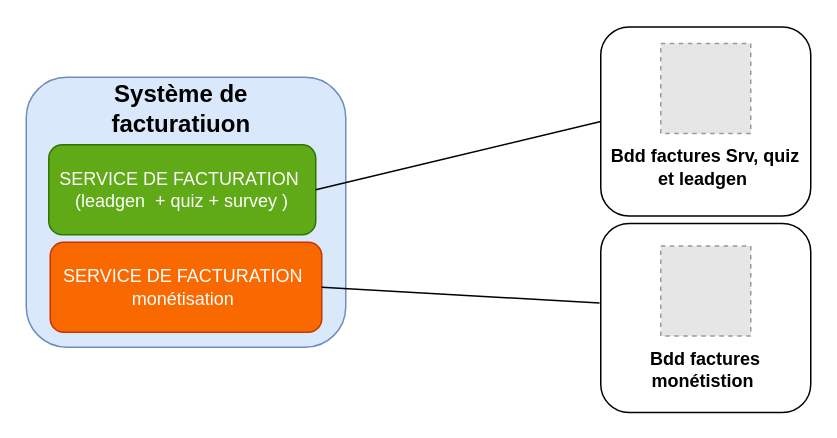
Earlier version of the draw.io diagram cap fichier xml/schema technique systeme facturation.drawio (messaoudibrahim/Memoire). Source tidied: cells renumbered, new cells numbered last; positions are measured from the earlier drawing's top-left corner, leaving out a move shared by most shapes. Both pictures are drawn from the tidied source at 150%, with x=0, y=0 at pixel (26, 26). Pictures stored in the file or linked from it are replaced by grey dashed boxes.
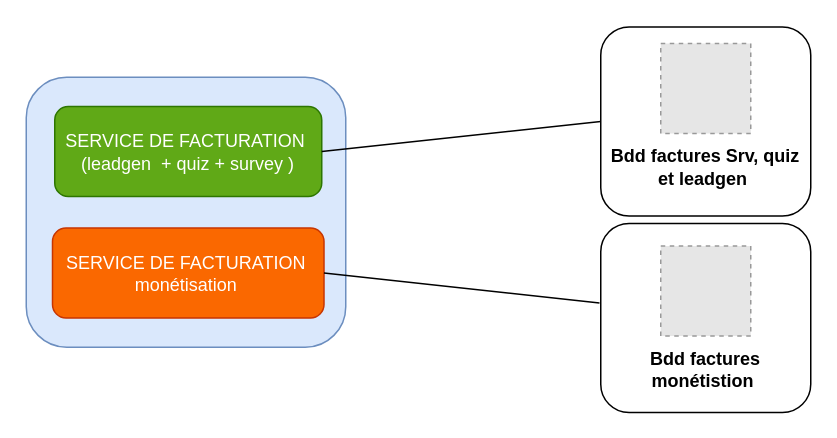
The same page after the edit.

What changed in the source:
```diff
@@
 <mxGraphModel>
   <root>
     <mxCell id="0" />
     <mxCell id="1" parent="0" />
     <mxCell id="2" style="rounded=1;whiteSpace=wrap;html=1;" parent="1" vertex="1">
       <mxGeometry x="383" y="0.5" width="140" height="126" as="geometry" />
     </mxCell>
     <mxCell id="3" style="group;" parent="1" vertex="1">
       <mxGeometry y="34" width="213" height="180" as="geometry" />
     </mxCell>
     <mxCell id="4" style="rounded=1;whiteSpace=wrap;html=1;fillColor=#dae8fc;strokeColor=#6c8ebf;" parent="3" vertex="1">
       <mxGeometry width="213" height="180" as="geometry" />
     </mxCell>
-    <mxCell id="5" value="&lt;b&gt;&lt;font style=&quot;font-size: 16px&quot;&gt;Système de facturatiuon&lt;/font&gt;&lt;/b&gt;" style="text;html=1;strokeColor=none;fillColor=none;align=center;verticalAlign=middle;whiteSpace=wrap;rounded=0;" parent="3" vertex="1">
-      <mxGeometry x="30.4" y="6" width="147" height="30" as="geometry" />
-    </mxCell>
     <mxCell id="6" value="SERVICE DE FACTURATION&amp;nbsp;&lt;br&gt;(leadgen&amp;nbsp; + quiz + survey )" style="rounded=1;whiteSpace=wrap;html=1;fillColor=#60a917;strokeColor=#2D7600;fontColor=#ffffff;" parent="3" vertex="1">
-      <mxGeometry x="15" y="45" width="178" height="60" as="geometry" />
+      <mxGeometry x="19" y="19.5" width="178" height="60" as="geometry" />
     </mxCell>
     <mxCell id="7" value="SERVICE DE FACTURATION&amp;nbsp;&lt;br&gt;monétisation&amp;nbsp;" style="rounded=1;whiteSpace=wrap;html=1;fillColor=#fa6800;strokeColor=#C73500;fontColor=#ffffff;" parent="3" vertex="1">
-      <mxGeometry x="16" y="110" width="181" height="60" as="geometry" />
+      <mxGeometry x="17.5" y="100.5" width="181" height="60" as="geometry" />
     </mxCell>
     <mxCell id="8" style="endArrow=none;html=1;entryX=-0.006;entryY=0.421;entryDx=0;entryDy=0;entryPerimeter=0;exitX=1;exitY=0.5;exitDx=0;exitDy=0;" parent="1" edge="1" source="7" target="10">
       <mxGeometry relative="1" as="geometry" />
     </mxCell>
     <mxCell id="9" style="group;" parent="1" vertex="1">
       <mxGeometry x="383" y="131.5" width="140" height="126" as="geometry" />
     </mxCell>
     <mxCell id="10" style="rounded=1;whiteSpace=wrap;html=1;" parent="9" vertex="1">
       <mxGeometry width="140" height="126" as="geometry" />
     </mxCell>
     <mxCell id="11" style="fillColor=#E6E6E6;strokeColor=#999999;dashed=1;verticalLabelPosition=bottom;labelBackgroundColor=#ffffff;verticalAlign=top;" parent="9" vertex="1">
       <mxGeometry x="40" y="15" width="60" height="60" as="geometry" />
     </mxCell>
     <mxCell id="12" value="&lt;b&gt;Bdd factures monétistion&amp;nbsp;&lt;/b&gt;" style="text;html=1;strokeColor=none;fillColor=none;align=center;verticalAlign=middle;whiteSpace=wrap;rounded=0;" parent="9" vertex="1">
       <mxGeometry y="87" width="140" height="20" as="geometry" />
     </mxCell>
     <mxCell id="13" style="fillColor=#E6E6E6;strokeColor=#999999;dashed=1;verticalLabelPosition=bottom;labelBackgroundColor=#ffffff;verticalAlign=top;" parent="1" vertex="1">
       <mxGeometry x="423" y="11.5" width="60" height="60" as="geometry" />
     </mxCell>
     <mxCell id="14" value="&lt;b&gt;Bdd factures Srv, quiz et leadgen&amp;nbsp;&lt;/b&gt;" style="text;html=1;strokeColor=none;fillColor=none;align=center;verticalAlign=middle;whiteSpace=wrap;rounded=0;" parent="1" vertex="1">
       <mxGeometry x="383" y="83.5" width="140" height="20" as="geometry" />
     </mxCell>
     <mxCell id="15" style="endArrow=none;html=1;entryX=0;entryY=0.5;entryDx=0;entryDy=0;exitX=1;exitY=0.5;exitDx=0;exitDy=0;" parent="1" edge="1" source="6" target="2">
       <mxGeometry relative="1" as="geometry" />
     </mxCell>
   </root>
 </mxGraphModel>
```
